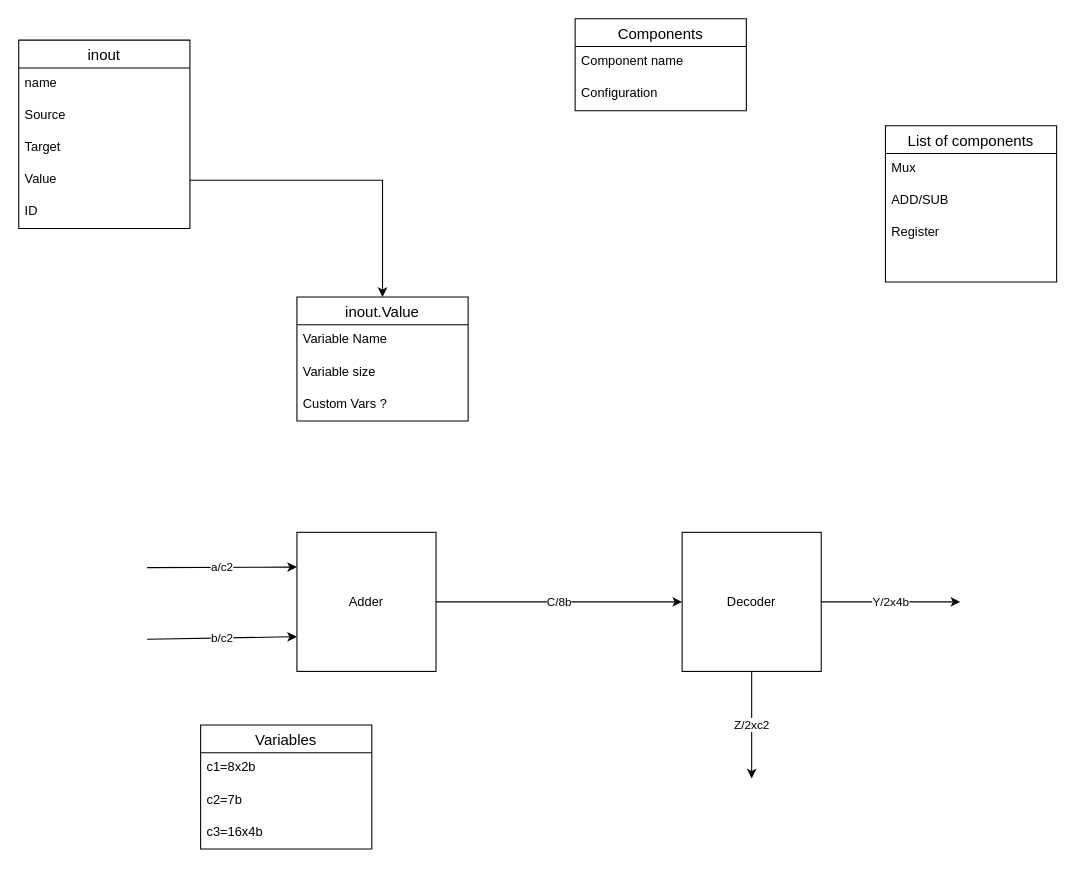
Earlier version of the draw.io diagram page "Page-8" (8 of 10) of Untitled Diagram.drawio (Chewilog/RTL_GEN). Source tidied: cells renumbered, new cells numbered last; positions are measured from the earlier drawing's top-left corner, leaving out a move shared by most shapes. Both pictures are drawn from the tidied source at 107%, with x=0, y=0 at pixel (18, 18).
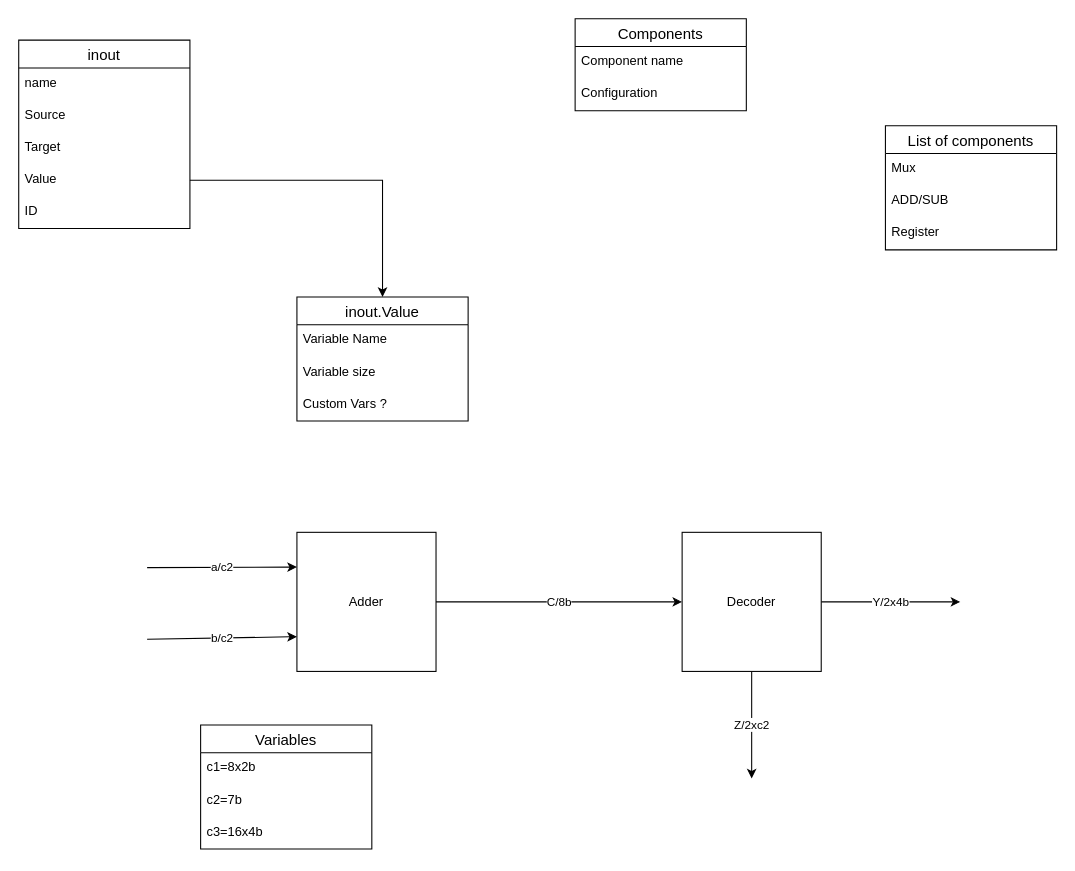
After the change.

What changed in the source:
```diff
@@
     <mxCell id="27" value="List of components" style="swimlane;fontStyle=0;horizontal=1;startSize=26;align=center;fontSize=14;" parent="1" vertex="1">
-      <mxGeometry x="810" y="100" width="160" height="146" as="geometry" />
+      <mxGeometry x="810" y="100" width="160" height="116" as="geometry" />
     </mxCell>
@@
-    <mxCell id="31" style="text;strokeColor=none;fillColor=none;spacingLeft=4;spacingRight=4;overflow=hidden;fontSize=12;" parent="27" vertex="1">
-      <mxGeometry y="116" width="160" height="30" as="geometry" />
-    </mxCell>
```
